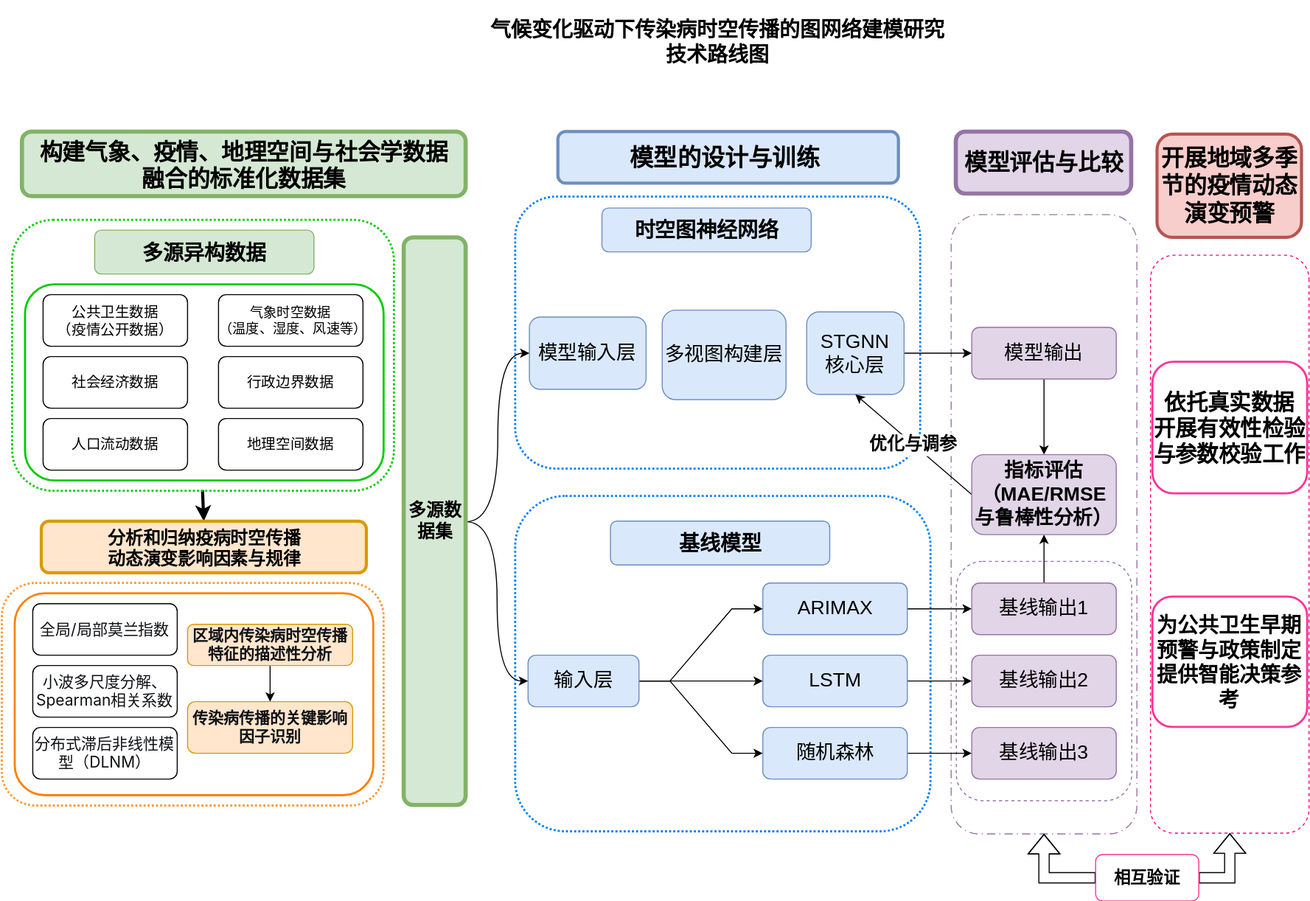
Earlier version of the draw.io export 技术路线图.drawio.svg (jyi-hub/DLEP). Source tidied: cells renumbered, new cells last; positions are measured from the earlier drawing's top-left corner, leaving out a move shared by most shapes.
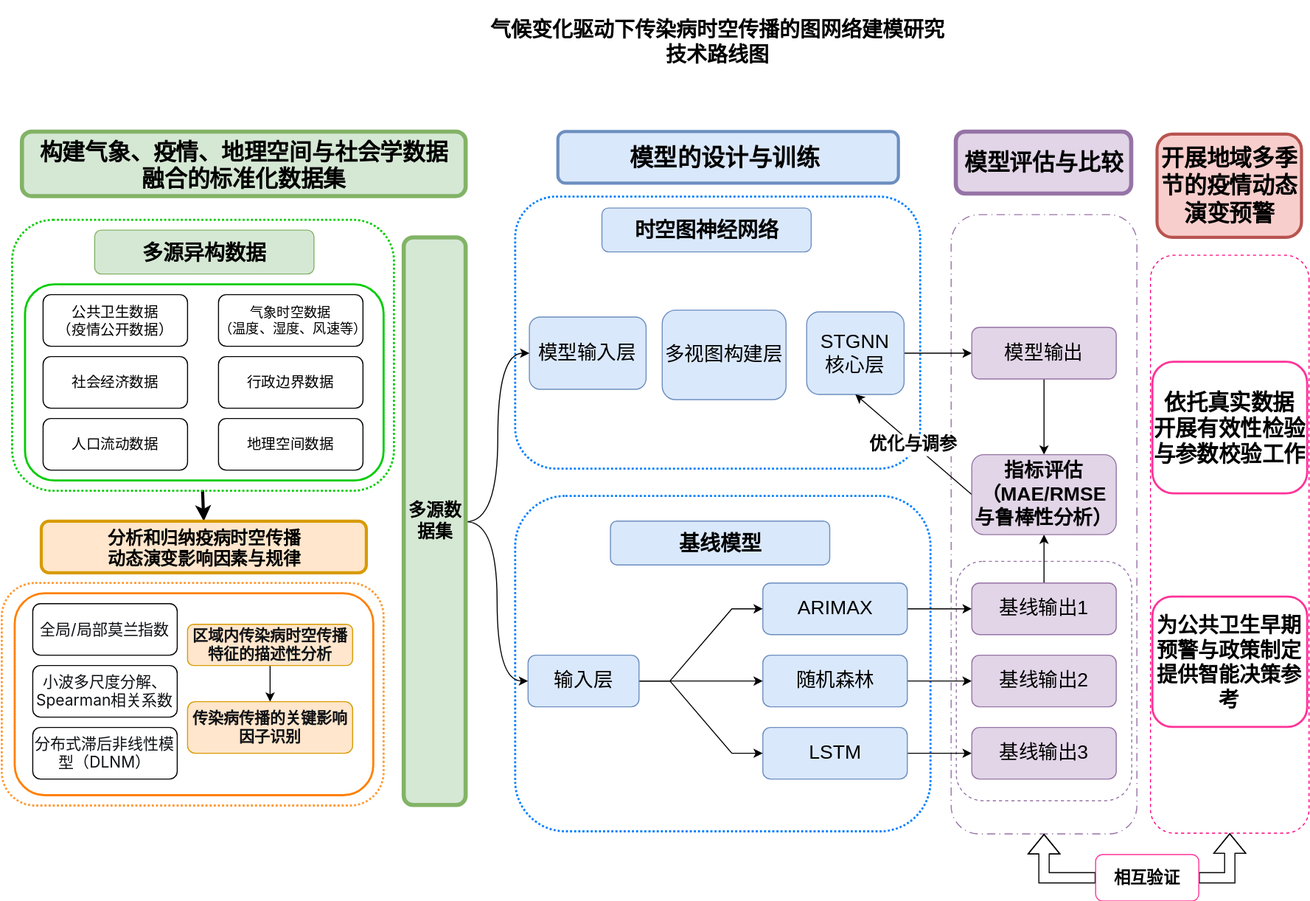
The same diagram one commit later.

Commit message:
更新技术路线图.drawio.svg

What changed in the source:
```diff
@@ -143,13 +143,13 @@
     <mxCell id="47" style="edgeStyle=orthogonalEdgeStyle;rounded=0;jettySize=auto;html=1;exitX=1;exitY=0.5;exitDx=0;exitDy=0;entryX=0;entryY=0.5;entryDx=0;entryDy=0;fontSize=16;" parent="1" edge="1" source="48" target="65">
       <mxGeometry relative="1" as="geometry" />
     </mxCell>
-    <mxCell id="48" value="LSTM" style="rounded=1;whiteSpace=wrap;html=1;fillColor=#dae8fc;strokeColor=#6c8ebf;fontSize=19;" parent="1" vertex="1">
+    <mxCell id="48" value="随机森林" style="rounded=1;whiteSpace=wrap;html=1;fillColor=#dae8fc;strokeColor=#6c8ebf;fontSize=19;" parent="1" vertex="1">
       <mxGeometry x="737.5" y="634.4" width="140" height="50" as="geometry" />
     </mxCell>
     <mxCell id="49" style="edgeStyle=orthogonalEdgeStyle;rounded=0;jettySize=auto;html=1;exitX=1;exitY=0.5;exitDx=0;exitDy=0;entryX=0;entryY=0.5;entryDx=0;entryDy=0;fontSize=16;" parent="1" edge="1" source="50" target="66">
       <mxGeometry relative="1" as="geometry" />
     </mxCell>
-    <mxCell id="50" value="随机森林" style="rounded=1;whiteSpace=wrap;html=1;fillColor=#dae8fc;strokeColor=#6c8ebf;fontSize=19;" parent="1" vertex="1">
+    <mxCell id="50" value="LSTM" style="rounded=1;whiteSpace=wrap;html=1;fillColor=#dae8fc;strokeColor=#6c8ebf;fontSize=19;" parent="1" vertex="1">
       <mxGeometry x="737.5" y="704.4" width="140" height="50" as="geometry" />
     </mxCell>
     <mxCell id="51" style="edgeStyle=entityRelationEdgeStyle;rounded=0;jettySize=auto;html=1;exitX=1;exitY=0.5;exitDx=0;exitDy=0;entryX=0;entryY=0.5;entryDx=0;entryDy=0;fontSize=16;" parent="1" edge="1" source="54" target="46">
```
